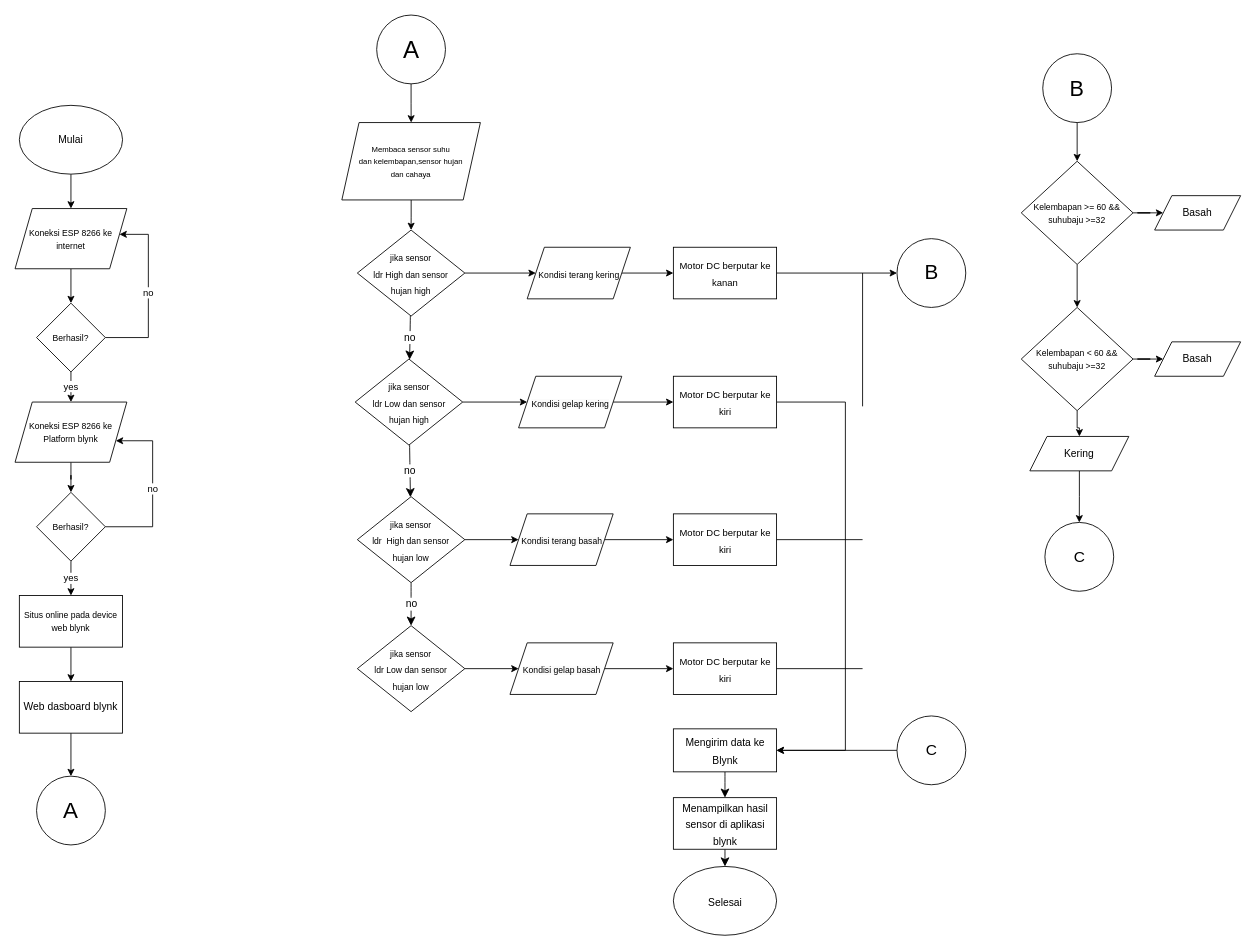
The draw.io diagram Untitled Diagram.drawio in briannugroho/technical-project-Assignment-1, before the edit. Source tidied: cells renumbered, new cells numbered last; positions are measured from the earlier drawing's top-left corner, leaving out a move shared by most shapes. Both pictures are drawn from the tidied source at 86%, with x=0, y=0 at pixel (15, 15).
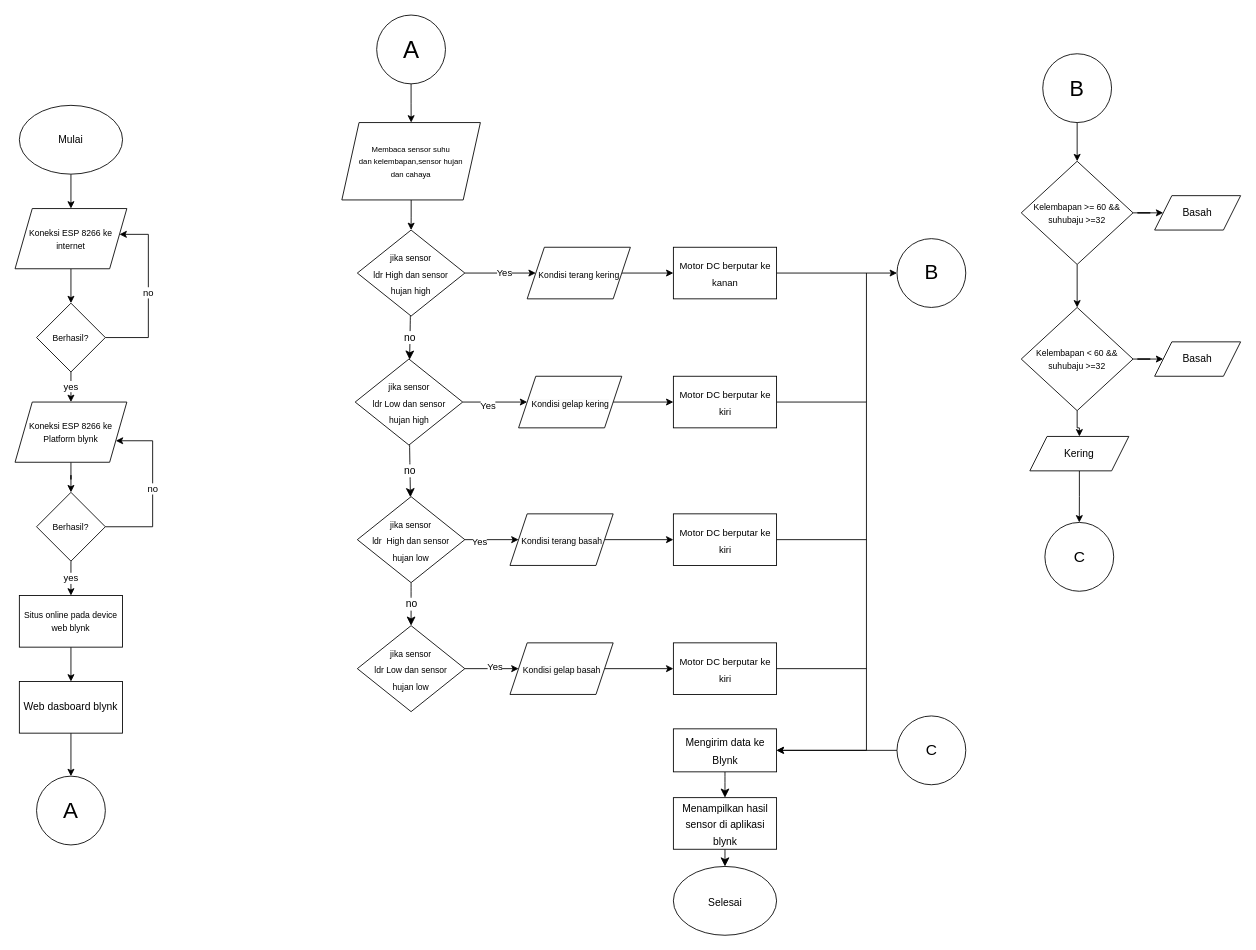
The same diagram, later.

Unchanged cells that the change refers to:
```xml
<mxCell id="19" style="edgeStyle=orthogonalEdgeStyle;rounded=0;jettySize=auto;html=1;" parent="1" edge="1" source="20" target="30">
  <mxGeometry relative="1" as="geometry" />
</mxCell>
<mxCell id="22" style="edgeStyle=orthogonalEdgeStyle;rounded=0;jettySize=auto;html=1;" parent="1" edge="1" source="23" target="32">
  <mxGeometry relative="1" as="geometry" />
</mxCell>
<mxCell id="25" style="edgeStyle=orthogonalEdgeStyle;rounded=0;jettySize=auto;html=1;" parent="1" edge="1" source="26" target="34">
  <mxGeometry relative="1" as="geometry" />
</mxCell>
<mxCell id="27" style="edgeStyle=orthogonalEdgeStyle;rounded=0;jettySize=auto;html=1;" parent="1" edge="1" source="28" target="36">
  <mxGeometry relative="1" as="geometry" />
</mxCell>
<mxCell id="40" value="&lt;font style=&quot;font-size: 11px;&quot;&gt;Motor DC berputar ke kiri&lt;/font&gt;" style="whiteSpace=wrap;html=1;fontSize=16;rounded=0;" parent="1" vertex="1">
  <mxGeometry x="765.5" y="420" width="120" height="60" as="geometry" />
</mxCell>
<mxCell id="41" value="&lt;font style=&quot;font-size: 11px;&quot;&gt;Motor DC berputar ke kiri&lt;/font&gt;" style="whiteSpace=wrap;html=1;fontSize=16;rounded=0;" parent="1" vertex="1">
  <mxGeometry x="765.5" y="580" width="120" height="60" as="geometry" />
</mxCell>
<mxCell id="44" value="&lt;font style=&quot;font-size: 12px;&quot;&gt;Mengirim data ke Blynk&lt;/font&gt;" style="rounded=0;whiteSpace=wrap;html=1;fontSize=16;" parent="1" vertex="1">
  <mxGeometry x="765.5" y="830" width="120" height="50" as="geometry" />
</mxCell>
```

Change to the diagram source:
```diff
@@
+    <mxCell id="72" value="Yes" style="edgeLabel;html=1;align=center;verticalAlign=middle;" parent="19" vertex="1">
+      <mxGeometry x="0.09" y="1" relative="1" as="geometry" />
+    </mxCell>
@@
+    <mxCell id="73" value="Yes" style="edgeLabel;html=1;align=center;verticalAlign=middle;" parent="22" vertex="1">
+      <mxGeometry x="-0.22" y="-4" relative="1" as="geometry" />
+    </mxCell>
@@
+    <mxCell id="74" value="Yes" style="edgeLabel;html=1;align=center;verticalAlign=middle;" parent="25" vertex="1">
+      <mxGeometry x="-0.49" y="-2" relative="1" as="geometry" />
+    </mxCell>
@@
+    <mxCell id="75" value="Yes" style="edgeLabel;html=1;align=center;verticalAlign=middle;" parent="27" vertex="1">
+      <mxGeometry x="0.09" y="3" relative="1" as="geometry" />
+    </mxCell>
@@
     <mxCell id="39" style="edgeStyle=orthogonalEdgeStyle;rounded=0;jettySize=auto;html=1;exitX=1;exitY=0.5;exitDx=0;exitDy=0;entryX=1;entryY=0.5;entryDx=0;entryDy=0;" parent="1" edge="1" source="40" target="44">
       <mxGeometry relative="1" as="geometry">
         <Array as="points">
-          <mxPoint x="965.5" y="450" />
-          <mxPoint x="965.5" y="855" />
+          <mxPoint x="990" y="450" />
+          <mxPoint x="990" y="855" />
         </Array>
       </mxGeometry>
     </mxCell>
@@
     <mxCell id="66" style="endArrow=none;html=1;rounded=0;exitX=1;exitY=0.5;exitDx=0;exitDy=0;" parent="1" edge="1" source="41">
       <mxGeometry relative="1" as="geometry">
-        <mxPoint x="985.5" y="610" as="targetPoint" />
+        <mxPoint x="990" y="610" as="targetPoint" />
       </mxGeometry>
     </mxCell>
     <mxCell id="67" style="endArrow=none;html=1;rounded=0;exitX=1;exitY=0.5;exitDx=0;exitDy=0;" parent="1" edge="1">
       <mxGeometry relative="1" as="geometry">
         <mxPoint x="885.5" y="760" as="sourcePoint" />
-        <mxPoint x="985.5" y="760" as="targetPoint" />
+        <mxPoint x="990" y="760" as="targetPoint" />
       </mxGeometry>
     </mxCell>
-    <mxCell id="68" style="endArrow=none;html=1;rounded=0;" parent="1" edge="1">
-      <mxGeometry relative="1" as="geometry">
-        <mxPoint x="985.5" y="455" as="sourcePoint" />
-        <mxPoint x="985.5" y="300" as="targetPoint" />
-      </mxGeometry>
-    </mxCell>
@@
+    <mxCell id="76" style="endArrow=none;html=1;rounded=0;" parent="1" edge="1">
+      <mxGeometry relative="1" as="geometry">
+        <mxPoint x="990" y="450" as="sourcePoint" />
+        <mxPoint x="990" y="300" as="targetPoint" />
+      </mxGeometry>
+    </mxCell>
```
